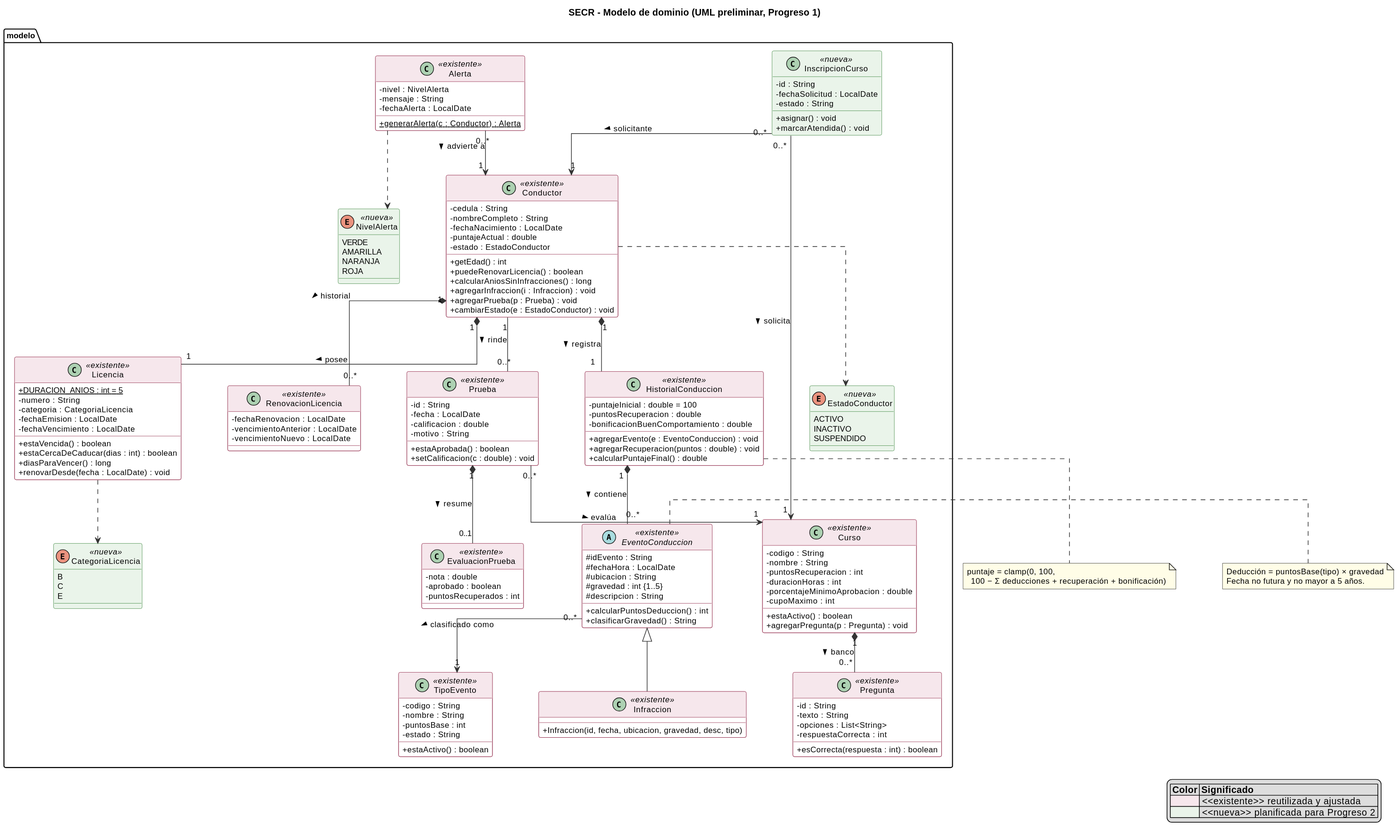
The PlantUML diagram docs/uml/01_modelo_dominio.svg in isam1725/SECR-Progreso1, before a commit.
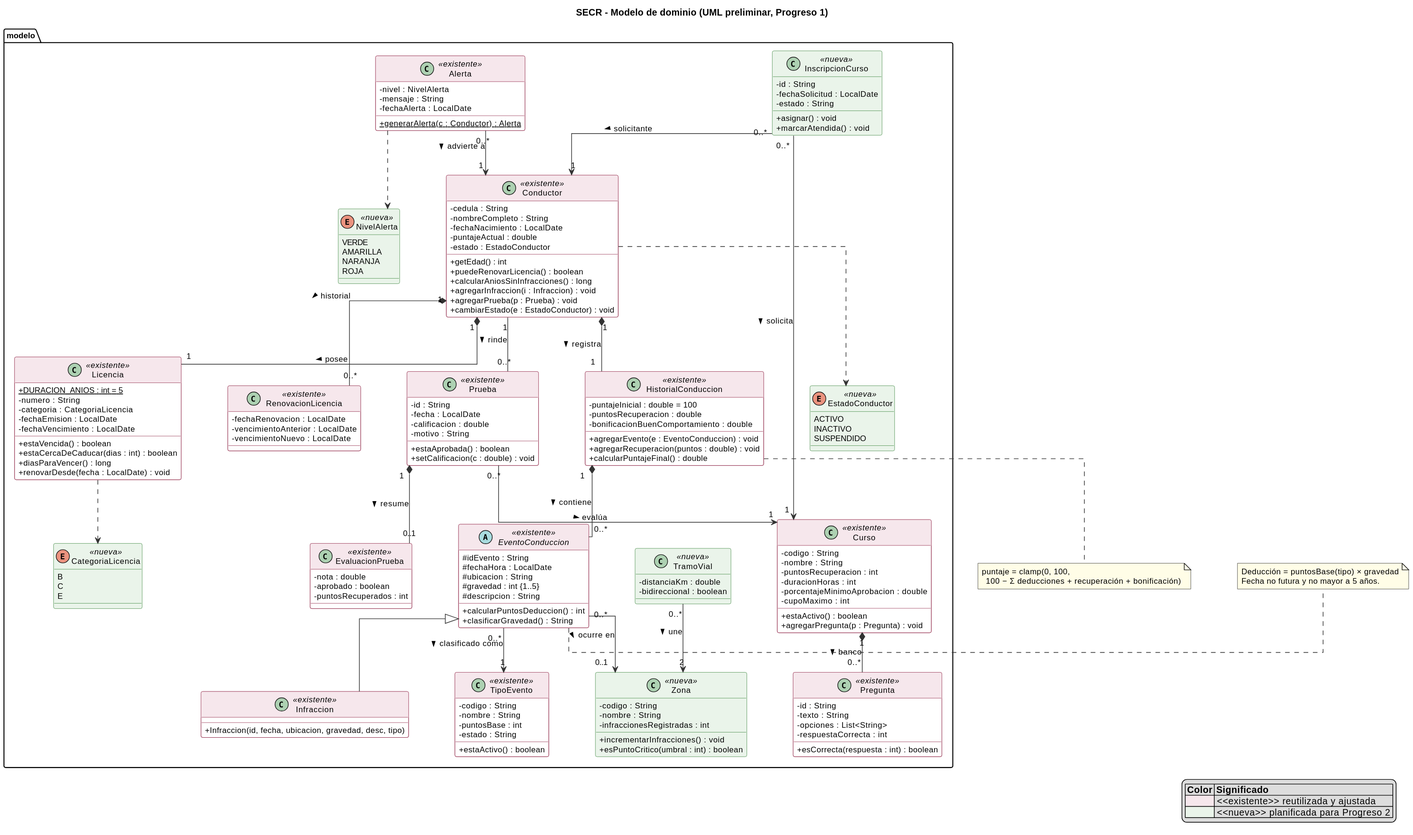
The same diagram one commit later.

The edit, as a diff of the source:
```diff
@@ -150,6 +150,19 @@
     + marcarAtendida() : void
   }
 
+  class Zona <<nueva>> {
+    - codigo : String
+    - nombre : String
+    - infraccionesRegistradas : int
+    + incrementarInfracciones() : void
+    + esPuntoCritico(umbral : int) : boolean
+  }
+
+  class TramoVial <<nueva>> {
+    - distanciaKm : double
+    - bidireccional : boolean
+  }
+
   class Alerta <<existente>> {
     - nivel : NivelAlerta
     - mensaje : String
@@ -171,6 +184,8 @@
 InscripcionCurso "0..*" --> "1" Conductor : solicitante >
 InscripcionCurso "0..*" --> "1" Curso : solicita >
 Alerta "0..*" --> "1" Conductor : advierte a >
+EventoConduccion "0..*" --> "0..1" Zona : ocurre en >
+TramoVial "0..*" --> "2" Zona : une >
 Conductor ..> EstadoConductor
 Licencia ..> CategoriaLicencia
 Alerta ..> NivelAlerta
```
